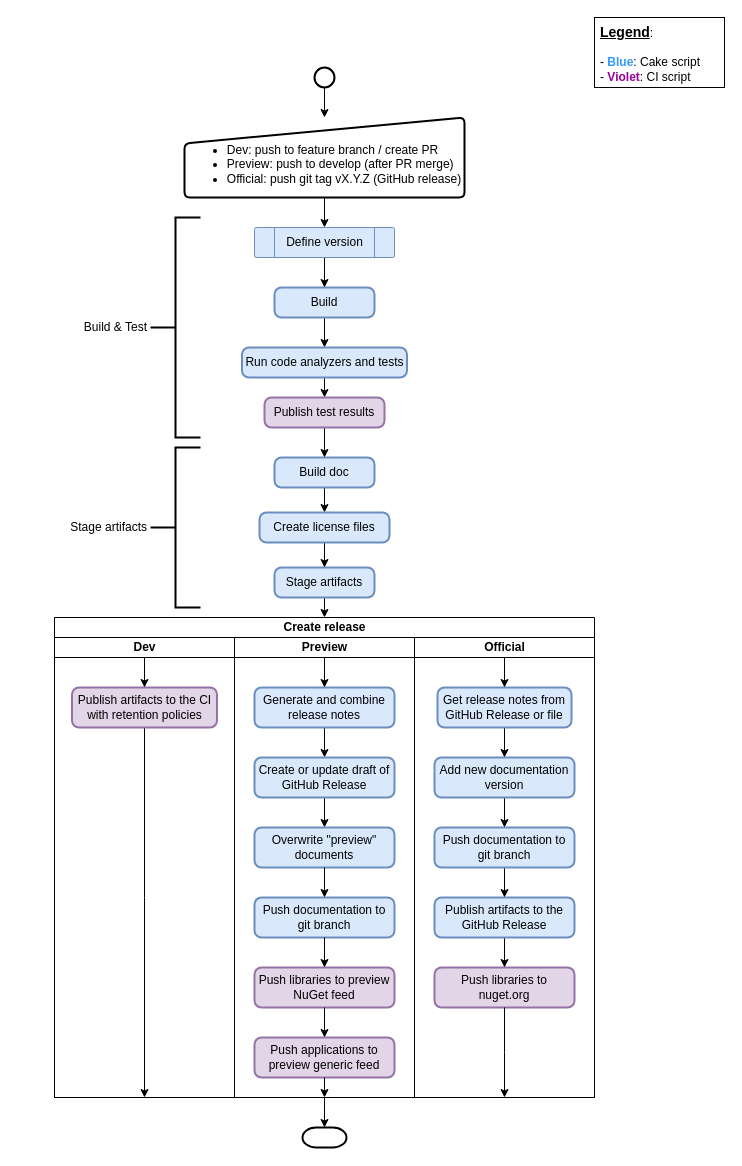
The draw.io diagram page "pipeline" (2 of 3) of docs/guides/spec/Release process.drawio in pleonex/PleOps.Cake, before the edit. Source tidied: cells renumbered, new cells numbered last; positions are measured from the earlier drawing's top-left corner, leaving out a move shared by most shapes. Both pictures are drawn from the tidied source at 100%, with x=0, y=0 at pixel (54, 17).
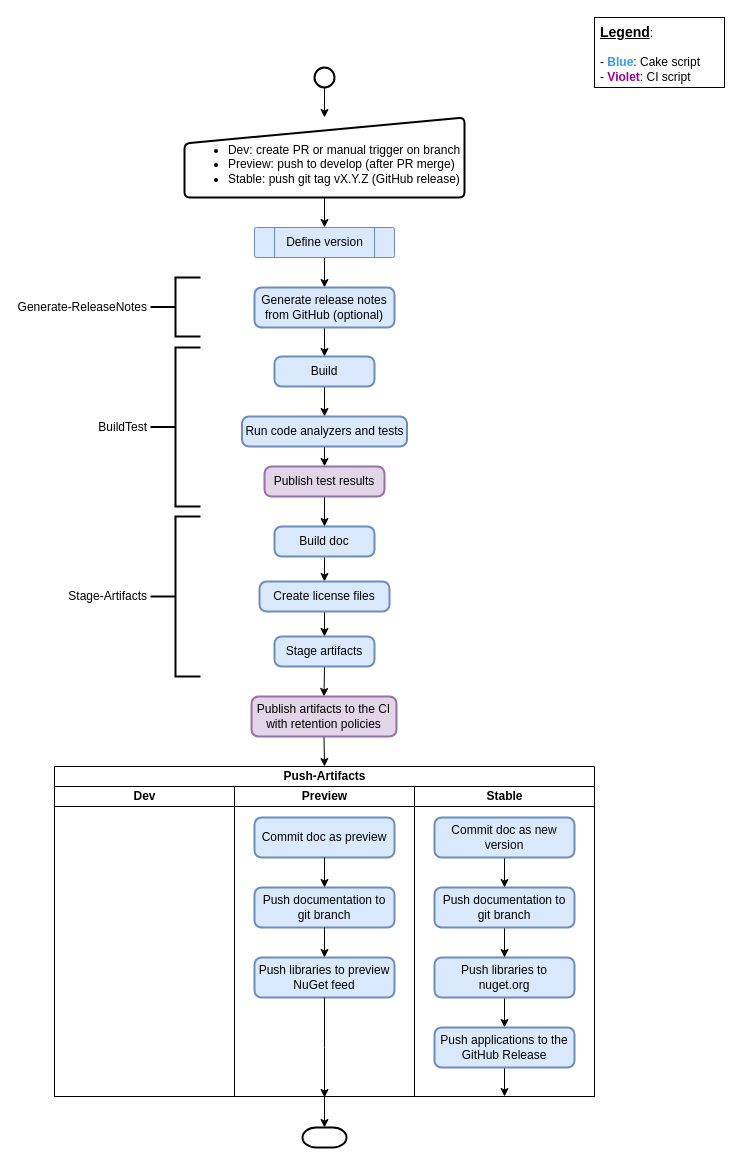
The same diagram, later.

The change refers to these unchanged cells:
```xml
<mxCell id="11" value="Define version" style="verticalLabelPosition=middle;verticalAlign=middle;html=1;shape=process;whiteSpace=wrap;rounded=1;size=0.14;arcSize=6;labelBackgroundColor=none;labelBorderColor=none;labelPosition=center;align=center;fillColor=#dae8fc;strokeColor=#6c8ebf;" parent="1" vertex="1">
  <mxGeometry x="200" y="210" width="140" height="30" as="geometry" />
</mxCell>
<mxCell id="15" style="strokeWidth=2;html=1;shape=mxgraph.flowchart.terminator;whiteSpace=wrap;labelBackgroundColor=none;" parent="1" vertex="1">
  <mxGeometry x="248" y="1110" width="44" height="20" as="geometry" />
</mxCell>
```

What changed in the source:
```diff
@@
     <mxCell id="3" value="Build" style="rounded=1;whiteSpace=wrap;html=1;absoluteArcSize=1;arcSize=14;strokeWidth=2;fillColor=#dae8fc;strokeColor=#6c8ebf;" parent="1" vertex="1">
-      <mxGeometry x="220" y="270" width="100" height="30" as="geometry" />
+      <mxGeometry x="220" y="339" width="100" height="30" as="geometry" />
     </mxCell>
@@
     <mxCell id="5" value="Run code analyzers and tests" style="rounded=1;whiteSpace=wrap;html=1;absoluteArcSize=1;arcSize=14;strokeWidth=2;fillColor=#dae8fc;strokeColor=#6c8ebf;" parent="1" vertex="1">
-      <mxGeometry x="187.5" y="330" width="165" height="30" as="geometry" />
+      <mxGeometry x="187.5" y="399" width="165" height="30" as="geometry" />
     </mxCell>
@@
     <mxCell id="7" value="Build doc" style="rounded=1;whiteSpace=wrap;html=1;absoluteArcSize=1;arcSize=14;strokeWidth=2;fillColor=#dae8fc;strokeColor=#6c8ebf;" parent="1" vertex="1">
-      <mxGeometry x="220" y="440" width="100" height="30" as="geometry" />
+      <mxGeometry x="220" y="509" width="100" height="30" as="geometry" />
     </mxCell>
@@
     <mxCell id="9" value="Publish test results" style="rounded=1;whiteSpace=wrap;html=1;absoluteArcSize=1;arcSize=14;strokeWidth=2;fillColor=#e1d5e7;strokeColor=#9673a6;" parent="1" vertex="1">
-      <mxGeometry x="210" y="380" width="120" height="30" as="geometry" />
+      <mxGeometry x="210" y="449" width="120" height="30" as="geometry" />
     </mxCell>
-    <mxCell id="10" style="edgeStyle=orthogonalEdgeStyle;rounded=0;jettySize=auto;html=1;exitX=0.5;exitY=1;exitDx=0;exitDy=0;entryX=0.5;entryY=0;entryDx=0;entryDy=0;" parent="1" edge="1" source="11" target="3">
-      <mxGeometry relative="1" as="geometry" />
-    </mxCell>
+    <mxCell id="56" style="edgeStyle=orthogonalEdgeStyle;rounded=0;jettySize=auto;html=1;exitX=0.5;exitY=1;exitDx=0;exitDy=0;entryX=0.5;entryY=0;entryDx=0;entryDy=0;" parent="1" edge="1" source="11" target="35">
+      <mxGeometry relative="1" as="geometry" />
+    </mxCell>
@@
-    <mxCell id="12" value="Build &amp;amp; Test" style="strokeWidth=2;html=1;shape=mxgraph.flowchart.annotation_2;align=right;labelPosition=left;labelBackgroundColor=none;verticalLabelPosition=middle;verticalAlign=middle;spacingLeft=0;spacingRight=2;" parent="1" vertex="1">
-      <mxGeometry x="96" y="200" width="50" height="220" as="geometry" />
+    <mxCell id="12" value="BuildTest" style="strokeWidth=2;html=1;shape=mxgraph.flowchart.annotation_2;align=right;labelPosition=left;labelBackgroundColor=none;verticalLabelPosition=middle;verticalAlign=middle;spacingLeft=0;spacingRight=2;" parent="1" vertex="1">
+      <mxGeometry x="96" y="330" width="50" height="159" as="geometry" />
     </mxCell>
-    <mxCell id="13" style="edgeStyle=orthogonalEdgeStyle;rounded=0;jettySize=auto;html=1;exitX=0.5;exitY=1;exitDx=0;exitDy=0;entryX=0.5;entryY=0;entryDx=0;entryDy=0;" parent="1" edge="1" source="14" target="21">
-      <mxGeometry relative="1" as="geometry" />
-    </mxCell>
+    <mxCell id="57" style="edgeStyle=orthogonalEdgeStyle;rounded=0;jettySize=auto;html=1;exitX=0.5;exitY=1;exitDx=0;exitDy=0;entryX=0.5;entryY=0;entryDx=0;entryDy=0;" parent="1" edge="1" source="14" target="24">
+      <mxGeometry relative="1" as="geometry" />
+    </mxCell>
     <mxCell id="14" value="Stage artifacts" style="rounded=1;whiteSpace=wrap;html=1;absoluteArcSize=1;arcSize=14;strokeWidth=2;fillColor=#dae8fc;strokeColor=#6c8ebf;" parent="1" vertex="1">
-      <mxGeometry x="220" y="550" width="100" height="30" as="geometry" />
+      <mxGeometry x="220" y="619" width="100" height="30" as="geometry" />
     </mxCell>
@@
-    <mxCell id="16" style="edgeStyle=orthogonalEdgeStyle;rounded=0;jettySize=auto;html=1;exitX=0.5;exitY=1;exitDx=0;exitDy=0;entryX=0.5;entryY=0;entryDx=0;entryDy=0;entryPerimeter=0;" parent="1" edge="1" source="26" target="15">
-      <mxGeometry relative="1" as="geometry" />
-    </mxCell>
-    <mxCell id="17" value="Stage artifacts" style="strokeWidth=2;html=1;shape=mxgraph.flowchart.annotation_2;align=right;labelPosition=left;labelBackgroundColor=none;verticalLabelPosition=middle;verticalAlign=middle;spacingRight=2;" parent="1" vertex="1">
-      <mxGeometry x="96" y="430" width="50" height="160" as="geometry" />
+    <mxCell id="17" value="Stage-Artifacts" style="strokeWidth=2;html=1;shape=mxgraph.flowchart.annotation_2;align=right;labelPosition=left;labelBackgroundColor=none;verticalLabelPosition=middle;verticalAlign=middle;spacingRight=2;" parent="1" vertex="1">
+      <mxGeometry x="96" y="499" width="50" height="160" as="geometry" />
     </mxCell>
@@
-    <mxCell id="19" value="&lt;div style=&quot;text-align: left&quot;&gt;&lt;ul&gt;&lt;li&gt;&lt;span&gt;Dev: push to feature branch / create PR&lt;/span&gt;&lt;/li&gt;&lt;li&gt;&lt;span&gt;Preview: push to develop (after PR merge)&lt;/span&gt;&lt;/li&gt;&lt;li&gt;&lt;span&gt;Official: push git tag vX.Y.Z (GitHub release)&lt;/span&gt;&lt;/li&gt;&lt;/ul&gt;&lt;/div&gt;" style="html=1;strokeWidth=2;shape=manualInput;whiteSpace=wrap;rounded=1;size=26;arcSize=11;labelBackgroundColor=none;verticalAlign=middle;spacingTop=14;" parent="1" vertex="1">
+    <mxCell id="19" value="&lt;div style=&quot;text-align: left&quot;&gt;&lt;ul&gt;&lt;li&gt;&lt;span&gt;Dev: create PR or manual trigger on branch&lt;/span&gt;&lt;/li&gt;&lt;li&gt;&lt;span&gt;Preview: push to develop (after PR merge)&lt;/span&gt;&lt;/li&gt;&lt;li&gt;&lt;span&gt;Stable: push git tag vX.Y.Z (GitHub release)&lt;/span&gt;&lt;/li&gt;&lt;/ul&gt;&lt;/div&gt;" style="html=1;strokeWidth=2;shape=manualInput;whiteSpace=wrap;rounded=1;size=26;arcSize=11;labelBackgroundColor=none;verticalAlign=middle;spacingTop=14;" parent="1" vertex="1">
       <mxGeometry x="130" y="100" width="280" height="80" as="geometry" />
     </mxCell>
@@
-    <mxCell id="21" value="Create release" style="swimlane;html=1;startSize=20;labelBackgroundColor=none;" parent="1" vertex="1">
-      <mxGeometry y="600" width="540" height="480" as="geometry" />
+    <mxCell id="21" value="Push-Artifacts" style="swimlane;html=1;startSize=20;labelBackgroundColor=none;" parent="1" vertex="1">
+      <mxGeometry y="749" width="540" height="330" as="geometry" />
     </mxCell>
     <mxCell id="22" value="Dev" style="swimlane;html=1;startSize=20;" parent="21" vertex="1">
-      <mxGeometry y="20" width="180" height="460" as="geometry" />
+      <mxGeometry y="20" width="180" height="310" as="geometry" />
     </mxCell>
-    <mxCell id="23" style="edgeStyle=orthogonalEdgeStyle;rounded=0;jettySize=auto;html=1;exitX=0.5;exitY=1;exitDx=0;exitDy=0;entryX=0.5;entryY=1;entryDx=0;entryDy=0;" parent="22" edge="1" source="24" target="22">
-      <mxGeometry relative="1" as="geometry">
-        <Array as="points">
-          <mxPoint x="90" y="260" />
-          <mxPoint x="90" y="260" />
-        </Array>
-      </mxGeometry>
-    </mxCell>
-    <mxCell id="24" value="Publish artifacts to the CI with retention policies" style="rounded=1;whiteSpace=wrap;html=1;absoluteArcSize=1;arcSize=14;strokeWidth=2;fillColor=#e1d5e7;strokeColor=#9673a6;" parent="22" vertex="1">
-      <mxGeometry x="17.5" y="50" width="145" height="40" as="geometry" />
-    </mxCell>
-    <mxCell id="25" style="endArrow=classic;html=1;entryX=0.5;entryY=0;entryDx=0;entryDy=0;" parent="22" edge="1" target="24">
-      <mxGeometry relative="1" as="geometry">
-        <mxPoint x="90" y="20" as="sourcePoint" />
-      </mxGeometry>
-    </mxCell>
     <mxCell id="26" value="Preview" style="swimlane;html=1;startSize=20;" parent="21" vertex="1">
-      <mxGeometry x="180" y="20" width="180" height="460" as="geometry" />
+      <mxGeometry x="180" y="20" width="180" height="310" as="geometry" />
     </mxCell>
-    <mxCell id="27" style="edgeStyle=orthogonalEdgeStyle;rounded=0;jettySize=auto;html=1;exitX=0.5;exitY=1;exitDx=0;exitDy=0;entryX=0.5;entryY=0;entryDx=0;entryDy=0;startArrow=none;startFill=0;endArrow=classic;endFill=1;" parent="26" edge="1" source="38" target="29">
-      <mxGeometry relative="1" as="geometry" />
-    </mxCell>
-    <mxCell id="28" value="Push applications to preview generic feed" style="rounded=1;whiteSpace=wrap;html=1;absoluteArcSize=1;arcSize=14;strokeWidth=2;labelBackgroundColor=none;fillColor=#e1d5e7;strokeColor=#9673a6;" parent="26" vertex="1">
-      <mxGeometry x="20" y="400" width="140" height="40" as="geometry" />
-    </mxCell>
-    <mxCell id="29" value="Overwrite &quot;preview&quot; documents" style="rounded=1;whiteSpace=wrap;html=1;absoluteArcSize=1;arcSize=14;strokeWidth=2;labelBackgroundColor=none;fillColor=#dae8fc;strokeColor=#6c8ebf;" parent="26" vertex="1">
-      <mxGeometry x="20" y="190" width="140" height="40" as="geometry" />
+    <mxCell id="29" value="Commit doc as preview" style="rounded=1;whiteSpace=wrap;html=1;absoluteArcSize=1;arcSize=14;strokeWidth=2;labelBackgroundColor=none;fillColor=#dae8fc;strokeColor=#6c8ebf;" parent="26" vertex="1">
+      <mxGeometry x="20" y="31" width="140" height="40" as="geometry" />
     </mxCell>
     <mxCell id="30" value="Push documentation to git branch" style="rounded=1;whiteSpace=wrap;html=1;absoluteArcSize=1;arcSize=14;strokeWidth=2;labelBackgroundColor=none;fillColor=#dae8fc;strokeColor=#6c8ebf;" parent="26" vertex="1">
-      <mxGeometry x="20" y="260" width="140" height="40" as="geometry" />
+      <mxGeometry x="20" y="101" width="140" height="40" as="geometry" />
     </mxCell>
-    <mxCell id="31" value="Push libraries to preview NuGet feed" style="rounded=1;whiteSpace=wrap;html=1;absoluteArcSize=1;arcSize=14;strokeWidth=2;labelBackgroundColor=none;fillColor=#e1d5e7;strokeColor=#9673a6;" parent="26" vertex="1">
-      <mxGeometry x="20" y="330" width="140" height="40" as="geometry" />
+    <mxCell id="31" value="Push libraries to preview NuGet feed" style="rounded=1;whiteSpace=wrap;html=1;absoluteArcSize=1;arcSize=14;strokeWidth=2;labelBackgroundColor=none;fillColor=#dae8fc;strokeColor=#6c8ebf;" parent="26" vertex="1">
+      <mxGeometry x="20" y="171" width="140" height="40" as="geometry" />
     </mxCell>
-    <mxCell id="32" style="edgeStyle=orthogonalEdgeStyle;rounded=0;jettySize=auto;html=1;exitX=0.5;exitY=1;exitDx=0;exitDy=0;entryX=0.5;entryY=0;entryDx=0;entryDy=0;" parent="26" edge="1" source="31" target="28">
-      <mxGeometry relative="1" as="geometry" />
-    </mxCell>
@@
-    <mxCell id="34" style="edgeStyle=orthogonalEdgeStyle;rounded=0;jettySize=auto;html=1;exitX=0.5;exitY=1;exitDx=0;exitDy=0;entryX=0.5;entryY=0;entryDx=0;entryDy=0;startArrow=none;startFill=0;endArrow=classic;endFill=1;" parent="26" edge="1" source="35" target="38">
-      <mxGeometry relative="1" as="geometry" />
-    </mxCell>
-    <mxCell id="35" value="Generate and combine release notes" style="rounded=1;whiteSpace=wrap;html=1;absoluteArcSize=1;arcSize=14;strokeWidth=2;labelBackgroundColor=none;fillColor=#dae8fc;strokeColor=#6c8ebf;" parent="26" vertex="1">
-      <mxGeometry x="20" y="50" width="140" height="40" as="geometry" />
-    </mxCell>
@@
-    <mxCell id="37" style="endArrow=classic;html=1;entryX=0.5;entryY=0;entryDx=0;entryDy=0;" parent="26" edge="1" target="35">
-      <mxGeometry relative="1" as="geometry">
-        <mxPoint x="90" y="20" as="sourcePoint" />
-      </mxGeometry>
-    </mxCell>
-    <mxCell id="38" value="Create or update draft of GitHub Release" style="rounded=1;whiteSpace=wrap;html=1;absoluteArcSize=1;arcSize=14;strokeWidth=2;labelBackgroundColor=none;fillColor=#dae8fc;strokeColor=#6c8ebf;" parent="26" vertex="1">
-      <mxGeometry x="20" y="120" width="140" height="40" as="geometry" />
-    </mxCell>
-    <mxCell id="39" value="Official" style="swimlane;html=1;startSize=20;" parent="21" vertex="1">
-      <mxGeometry x="360" y="20" width="180" height="460" as="geometry" />
+    <mxCell id="39" value="Stable" style="swimlane;html=1;startSize=20;" parent="21" vertex="1">
+      <mxGeometry x="360" y="20" width="180" height="310" as="geometry" />
     </mxCell>
+    <mxCell id="58" style="edgeStyle=orthogonalEdgeStyle;rounded=0;jettySize=auto;html=1;exitX=0.5;exitY=1;exitDx=0;exitDy=0;entryX=0.5;entryY=0;entryDx=0;entryDy=0;" parent="39" edge="1" source="40" target="42">
+      <mxGeometry relative="1" as="geometry" />
+    </mxCell>
-    <mxCell id="40" value="Push libraries to nuget.org" style="rounded=1;whiteSpace=wrap;html=1;absoluteArcSize=1;arcSize=14;strokeWidth=2;labelBackgroundColor=none;fillColor=#e1d5e7;strokeColor=#9673a6;" parent="39" vertex="1">
-      <mxGeometry x="20" y="330" width="140" height="40" as="geometry" />
+    <mxCell id="40" value="Push libraries to nuget.org" style="rounded=1;whiteSpace=wrap;html=1;absoluteArcSize=1;arcSize=14;strokeWidth=2;labelBackgroundColor=none;fillColor=#dae8fc;strokeColor=#6c8ebf;" parent="39" vertex="1">
+      <mxGeometry x="20" y="171" width="140" height="40" as="geometry" />
     </mxCell>
-    <mxCell id="41" style="edgeStyle=orthogonalEdgeStyle;rounded=0;jettySize=auto;html=1;exitX=0.5;exitY=1;exitDx=0;exitDy=0;entryX=0.5;entryY=0;entryDx=0;entryDy=0;" parent="39" edge="1" source="42" target="40">
-      <mxGeometry relative="1" as="geometry" />
-    </mxCell>
+    <mxCell id="59" style="edgeStyle=orthogonalEdgeStyle;rounded=0;jettySize=auto;html=1;exitX=0.5;exitY=1;exitDx=0;exitDy=0;entryX=0.5;entryY=1;entryDx=0;entryDy=0;" parent="39" edge="1" source="42" target="39">
+      <mxGeometry relative="1" as="geometry" />
+    </mxCell>
-    <mxCell id="42" value="Publish artifacts to the GitHub Release" style="rounded=1;whiteSpace=wrap;html=1;absoluteArcSize=1;arcSize=14;strokeWidth=2;labelBackgroundColor=none;fillColor=#dae8fc;strokeColor=#6c8ebf;" parent="39" vertex="1">
-      <mxGeometry x="20" y="260" width="140" height="40" as="geometry" />
+    <mxCell id="42" value="Push applications to the GitHub Release" style="rounded=1;whiteSpace=wrap;html=1;absoluteArcSize=1;arcSize=14;strokeWidth=2;labelBackgroundColor=none;fillColor=#dae8fc;strokeColor=#6c8ebf;" parent="39" vertex="1">
+      <mxGeometry x="20" y="241" width="140" height="40" as="geometry" />
     </mxCell>
-    <mxCell id="43" style="edgeStyle=orthogonalEdgeStyle;rounded=0;jettySize=auto;html=1;exitX=0.5;exitY=1;exitDx=0;exitDy=0;entryX=0.5;entryY=0;entryDx=0;entryDy=0;" parent="39" edge="1" source="44" target="42">
-      <mxGeometry relative="1" as="geometry" />
-    </mxCell>
+    <mxCell id="60" style="edgeStyle=orthogonalEdgeStyle;rounded=0;jettySize=auto;html=1;exitX=0.5;exitY=1;exitDx=0;exitDy=0;entryX=0.5;entryY=0;entryDx=0;entryDy=0;" parent="39" edge="1" source="44" target="40">
+      <mxGeometry relative="1" as="geometry" />
+    </mxCell>
     <mxCell id="44" value="Push documentation to git branch" style="rounded=1;whiteSpace=wrap;html=1;absoluteArcSize=1;arcSize=14;strokeWidth=2;labelBackgroundColor=none;fillColor=#dae8fc;strokeColor=#6c8ebf;" parent="39" vertex="1">
-      <mxGeometry x="20" y="190" width="140" height="40" as="geometry" />
+      <mxGeometry x="20" y="101" width="140" height="40" as="geometry" />
     </mxCell>
@@
-    <mxCell id="46" value="Add new documentation version" style="rounded=1;whiteSpace=wrap;html=1;absoluteArcSize=1;arcSize=14;strokeWidth=2;labelBackgroundColor=none;fillColor=#dae8fc;strokeColor=#6c8ebf;" parent="39" vertex="1">
-      <mxGeometry x="20" y="120" width="140" height="40" as="geometry" />
+    <mxCell id="46" value="Commit doc as new version" style="rounded=1;whiteSpace=wrap;html=1;absoluteArcSize=1;arcSize=14;strokeWidth=2;labelBackgroundColor=none;fillColor=#dae8fc;strokeColor=#6c8ebf;" parent="39" vertex="1">
+      <mxGeometry x="20" y="31" width="140" height="40" as="geometry" />
     </mxCell>
-    <mxCell id="47" style="edgeStyle=orthogonalEdgeStyle;rounded=0;jettySize=auto;html=1;exitX=0.5;exitY=1;exitDx=0;exitDy=0;entryX=0.5;entryY=0;entryDx=0;entryDy=0;" parent="39" edge="1" source="48" target="46">
-      <mxGeometry relative="1" as="geometry" />
-    </mxCell>
-    <mxCell id="48" value="Get release notes from GitHub Release or file" style="rounded=1;whiteSpace=wrap;html=1;absoluteArcSize=1;arcSize=14;strokeWidth=2;labelBackgroundColor=none;fillColor=#dae8fc;strokeColor=#6c8ebf;" parent="39" vertex="1">
-      <mxGeometry x="23" y="50" width="134" height="40" as="geometry" />
-    </mxCell>
-    <mxCell id="49" style="endArrow=classic;html=1;entryX=0.5;entryY=0;entryDx=0;entryDy=0;" parent="39" edge="1" target="48">
-      <mxGeometry relative="1" as="geometry">
-        <mxPoint x="90" y="20" as="sourcePoint" />
-      </mxGeometry>
-    </mxCell>
@@
     <mxCell id="53" value="Create license files" style="rounded=1;whiteSpace=wrap;html=1;absoluteArcSize=1;arcSize=14;strokeWidth=2;labelBackgroundColor=none;align=center;fillColor=#dae8fc;strokeColor=#6c8ebf;" parent="1" vertex="1">
-      <mxGeometry x="205" y="495" width="130" height="30" as="geometry" />
+      <mxGeometry x="205" y="564" width="130" height="30" as="geometry" />
     </mxCell>
-    <mxCell id="54" style="edgeStyle=orthogonalEdgeStyle;rounded=0;jettySize=auto;html=1;exitX=0.5;exitY=1;exitDx=0;exitDy=0;startArrow=none;startFill=0;endArrow=classic;endFill=1;" parent="1" edge="1" source="28">
-      <mxGeometry relative="1" as="geometry">
-        <mxPoint x="270" y="1080" as="targetPoint" />
-      </mxGeometry>
-    </mxCell>
-    <mxCell id="55" style="edgeStyle=orthogonalEdgeStyle;rounded=0;jettySize=auto;html=1;exitX=0.5;exitY=1;exitDx=0;exitDy=0;startArrow=none;startFill=0;endArrow=classic;endFill=1;" parent="1" edge="1" source="40">
-      <mxGeometry relative="1" as="geometry">
-        <mxPoint x="450" y="1080" as="targetPoint" />
-      </mxGeometry>
-    </mxCell>
+    <mxCell id="61" style="edgeStyle=orthogonalEdgeStyle;rounded=0;jettySize=auto;html=1;exitX=0.5;exitY=1;exitDx=0;exitDy=0;entryX=0.5;entryY=0;entryDx=0;entryDy=0;" parent="1" edge="1" source="24" target="21">
+      <mxGeometry relative="1" as="geometry" />
+    </mxCell>
+    <mxCell id="24" value="Publish artifacts to the CI with retention policies" style="rounded=1;whiteSpace=wrap;html=1;absoluteArcSize=1;arcSize=14;strokeWidth=2;fillColor=#e1d5e7;strokeColor=#9673a6;" parent="1" vertex="1">
+      <mxGeometry x="197" y="679" width="145" height="40" as="geometry" />
+    </mxCell>
+    <mxCell id="62" style="edgeStyle=orthogonalEdgeStyle;rounded=0;jettySize=auto;html=1;exitX=0.5;exitY=1;exitDx=0;exitDy=0;" parent="1" edge="1" source="35" target="3">
+      <mxGeometry relative="1" as="geometry" />
+    </mxCell>
+    <mxCell id="35" value="Generate release notes from GitHub (optional)" style="rounded=1;whiteSpace=wrap;html=1;absoluteArcSize=1;arcSize=14;strokeWidth=2;labelBackgroundColor=none;fillColor=#dae8fc;strokeColor=#6c8ebf;" parent="1" vertex="1">
+      <mxGeometry x="200" y="270" width="140" height="40" as="geometry" />
+    </mxCell>
+    <mxCell id="16" style="edgeStyle=orthogonalEdgeStyle;rounded=0;jettySize=auto;html=1;exitX=0.5;exitY=1;exitDx=0;exitDy=0;entryX=0.5;entryY=0;entryDx=0;entryDy=0;entryPerimeter=0;" parent="1" edge="1" source="26" target="15">
+      <mxGeometry relative="1" as="geometry" />
+    </mxCell>
+    <mxCell id="63" style="edgeStyle=orthogonalEdgeStyle;rounded=0;jettySize=auto;html=1;exitX=0.5;exitY=1;exitDx=0;exitDy=0;" parent="1" edge="1" source="31">
+      <mxGeometry relative="1" as="geometry">
+        <mxPoint x="270" y="1080" as="targetPoint" />
+      </mxGeometry>
+    </mxCell>
+    <mxCell id="64" value="Generate-ReleaseNotes" style="strokeWidth=2;html=1;shape=mxgraph.flowchart.annotation_2;align=right;labelPosition=left;labelBackgroundColor=none;verticalLabelPosition=middle;verticalAlign=middle;spacingLeft=0;spacingRight=2;" parent="1" vertex="1">
+      <mxGeometry x="96" y="260" width="50" height="59" as="geometry" />
+    </mxCell>
```
